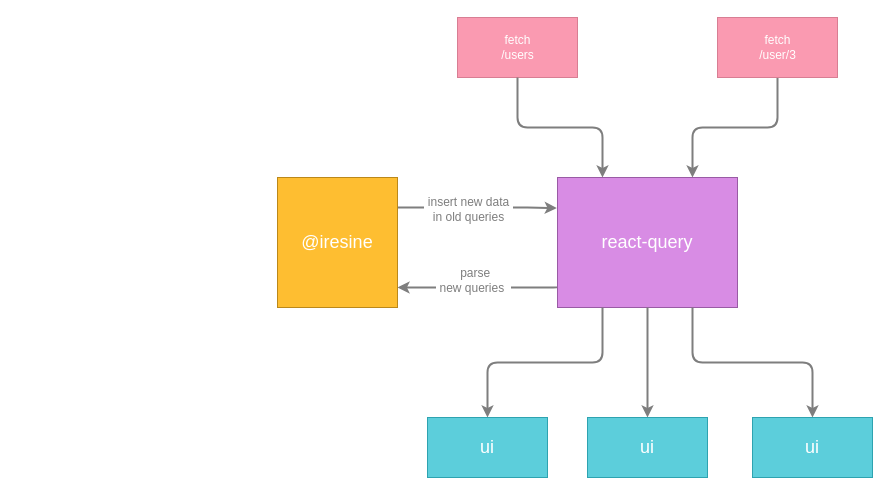
Above: static/iresine-solve-problem.drawio in utftu/iresine (draw.io), before the change. Source tidied: cells renumbered, new cells numbered last; positions are measured from the earlier drawing's top-left corner, leaving out a move shared by most shapes. Both pictures are drawn from the tidied source at 100%, with x=0, y=0 at pixel (277, 17).
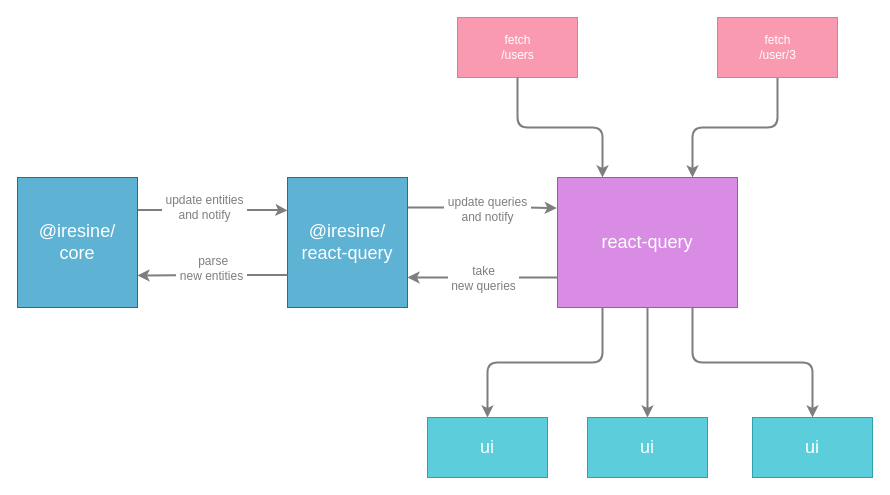
Above is the later version.

The change refers to these unchanged cells:
```xml
<mxCell id="10" value="&lt;font color=&quot;#ffffff&quot; style=&quot;font-size: 18px&quot;&gt;react-query&lt;/font&gt;" style="rounded=0;whiteSpace=wrap;html=1;gradientColor=none;fillColor=#d88ce4;strokeColor=#995ba4;" parent="1" vertex="1">
  <mxGeometry x="280" y="160" width="180" height="130" as="geometry" />
</mxCell>
<mxCell id="13" style="rounded=0;jettySize=auto;html=1;entryX=-0.004;entryY=0.235;entryDx=0;entryDy=0;strokeColor=#7e7e7e;strokeWidth=2;entryPerimeter=0;exitX=1.001;exitY=0.231;exitDx=0;exitDy=0;exitPerimeter=0;" parent="1" edge="1" source="15" target="10">
  <mxGeometry relative="1" as="geometry">
    <Array as="points">
      <mxPoint x="250" y="190" />
    </Array>
  </mxGeometry>
</mxCell>
```

Change to the diagram source:
```diff
@@
-    <mxCell id="8" style="edgeStyle=orthogonalEdgeStyle;rounded=1;jettySize=auto;html=1;strokeColor=#7e7e7e;strokeWidth=2;exitX=-0.002;exitY=0.836;exitDx=0;exitDy=0;exitPerimeter=0;" parent="1" edge="1" source="10" target="15">
+    <mxCell id="8" style="edgeStyle=orthogonalEdgeStyle;rounded=1;jettySize=auto;html=1;strokeColor=#7e7e7e;strokeWidth=2;" parent="1" edge="1" target="15">
       <mxGeometry relative="1" as="geometry">
+        <mxPoint x="280" y="260" as="sourcePoint" />
         <Array as="points">
-          <mxPoint x="281" y="269" />
-          <mxPoint x="281" y="270" />
-          <mxPoint x="119" y="270" />
+          <mxPoint x="280" y="260" />
         </Array>
       </mxGeometry>
     </mxCell>
-    <mxCell id="9" value="&lt;font style=&quot;font-size: 12px&quot; color=&quot;#7e7e7e&quot;&gt;&amp;nbsp;parse&lt;br&gt;&amp;nbsp;new queries&amp;nbsp;&amp;nbsp;&lt;/font&gt;" style="edgeLabel;html=1;align=center;verticalAlign=middle;" parent="8" vertex="1">
+    <mxCell id="9" value="&lt;font color=&quot;#7e7e7e&quot;&gt;&lt;span style=&quot;font-size: 12px&quot;&gt;take &lt;br&gt;&amp;nbsp;new queries&amp;nbsp;&lt;/span&gt;&lt;/font&gt;" style="edgeLabel;html=1;align=center;verticalAlign=middle;" parent="8" vertex="1">
       <mxGeometry x="0.15" y="-3" relative="1" as="geometry">
-        <mxPoint x="6.2" y="-4.5" as="offset" />
+        <mxPoint x="11.4" y="3" as="offset" />
       </mxGeometry>
     </mxCell>
@@
-    <mxCell id="14" value="&lt;span style=&quot;color: rgb(126 , 126 , 126) ; font-size: 12px&quot;&gt;&amp;nbsp;insert new data&amp;nbsp;&lt;/span&gt;&lt;br style=&quot;color: rgb(126 , 126 , 126) ; font-size: 12px&quot;&gt;&lt;span style=&quot;color: rgb(126 , 126 , 126) ; font-size: 12px&quot;&gt;in old queries&lt;/span&gt;" style="edgeLabel;html=1;align=center;verticalAlign=middle;" parent="13" vertex="1">
-      <mxGeometry x="-0.12" y="-1" relative="1" as="geometry" />
+    <mxCell id="14" value="&lt;font color=&quot;#7e7e7e&quot;&gt;&lt;span style=&quot;font-size: 12px&quot;&gt;&amp;nbsp;update queries&amp;nbsp;&lt;br&gt;and notify&lt;/span&gt;&lt;/font&gt;" style="edgeLabel;html=1;align=center;verticalAlign=middle;" parent="13" vertex="1">
+      <mxGeometry x="-0.12" y="-1" relative="1" as="geometry">
+        <mxPoint x="13.7" as="offset" />
+      </mxGeometry>
     </mxCell>
-    <mxCell id="15" value="&lt;font color=&quot;#ffffff&quot; style=&quot;font-size: 18px&quot;&gt;@iresine&lt;/font&gt;" style="rounded=0;whiteSpace=wrap;html=1;gradientColor=none;strokeColor=#bb881a;fillColor=#febe31;" parent="1" vertex="1">
-      <mxGeometry y="160" width="120" height="130" as="geometry" />
+    <mxCell id="15" value="&lt;font color=&quot;#ffffff&quot; style=&quot;font-size: 18px&quot;&gt;@iresine/&lt;br&gt;react-query&lt;br&gt;&lt;/font&gt;" style="rounded=0;whiteSpace=wrap;html=1;gradientColor=none;fillColor=#5eb2d3;strokeColor=#0879a7;" parent="1" vertex="1">
+      <mxGeometry x="10" y="160" width="120" height="130" as="geometry" />
     </mxCell>
@@
+    <mxCell id="20" style="edgeStyle=orthogonalEdgeStyle;rounded=0;jettySize=auto;html=1;strokeWidth=2;strokeColor=#7E7E7E;exitX=1;exitY=0.25;exitDx=0;exitDy=0;" parent="1" edge="1" source="22">
+      <mxGeometry relative="1" as="geometry">
+        <mxPoint x="10" y="193" as="targetPoint" />
+        <Array as="points">
+          <mxPoint y="193" />
+        </Array>
+      </mxGeometry>
+    </mxCell>
+    <mxCell id="21" value="&lt;font color=&quot;#7e7e7e&quot;&gt;&lt;span style=&quot;font-size: 12px&quot;&gt;&amp;nbsp;update entities&amp;nbsp;&lt;br&gt;and notify&lt;/span&gt;&lt;/font&gt;" style="edgeLabel;html=1;align=center;verticalAlign=middle;" parent="20" vertex="1">
+      <mxGeometry x="-0.25" y="3" relative="1" as="geometry">
+        <mxPoint x="10.9" as="offset" />
+      </mxGeometry>
+    </mxCell>
+    <mxCell id="22" value="&lt;font color=&quot;#ffffff&quot; style=&quot;font-size: 18px&quot;&gt;@iresine/&lt;br&gt;core&lt;/font&gt;" style="rounded=0;whiteSpace=wrap;html=1;gradientColor=none;strokeColor=#0879a7;fillColor=#5eb2d3;" parent="1" vertex="1">
+      <mxGeometry x="-260" y="160" width="120" height="130" as="geometry" />
+    </mxCell>
+    <mxCell id="23" style="edgeStyle=orthogonalEdgeStyle;rounded=1;jettySize=auto;html=1;strokeColor=#7e7e7e;strokeWidth=2;exitX=0;exitY=0.75;exitDx=0;exitDy=0;" parent="1" edge="1" source="15">
+      <mxGeometry relative="1" as="geometry">
+        <mxPoint x="-140" y="258" as="targetPoint" />
+        <Array as="points">
+          <mxPoint x="-65" y="258" />
+          <mxPoint x="-138" y="258" />
+        </Array>
+      </mxGeometry>
+    </mxCell>
+    <mxCell id="24" value="&lt;font style=&quot;font-size: 12px&quot; color=&quot;#7e7e7e&quot;&gt;&amp;nbsp;parse&lt;br&gt;&amp;nbsp;new entities&amp;nbsp;&lt;/font&gt;" style="edgeLabel;html=1;align=center;verticalAlign=middle;" parent="23" vertex="1">
+      <mxGeometry x="0.15" y="-3" relative="1" as="geometry">
+        <mxPoint x="9.7" y="-4.5" as="offset" />
+      </mxGeometry>
+    </mxCell>
```
